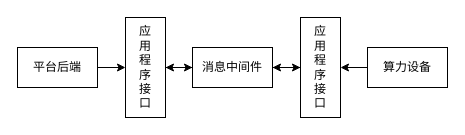
This is page "第 1 页" (1 of 3) of middleware.drawio from foreignbill/drawio, a draw.io file, before an edit. Source tidied: cells renumbered, new cells numbered last; positions are measured from the earlier drawing's top-left corner, leaving out a move shared by most shapes. Both pictures are drawn from the tidied source at 100%, with x=0, y=0 at pixel (17, 17).
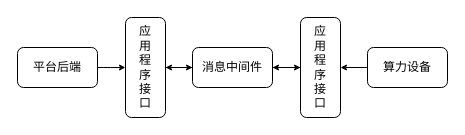
Above is the later version.

Diff of the diagram source:
```diff
@@
 <mxGraphModel>
   <root>
     <mxCell id="0" />
     <mxCell id="1" parent="0" />
-    <mxCell id="2" style="edgeStyle=orthogonalEdgeStyle;rounded=0;jettySize=auto;html=1;exitX=1;exitY=0.5;exitDx=0;exitDy=0;entryX=0.5;entryY=1;entryDx=0;entryDy=0;" parent="1" edge="1" source="3" target="5">
+    <mxCell id="2" style="edgeStyle=orthogonalEdgeStyle;curved=1;rounded=0;jettySize=auto;html=1;exitX=1;exitY=0.5;exitDx=0;exitDy=0;entryX=0.5;entryY=1;entryDx=0;entryDy=0;strokeWidth=1;endSize=4;startSize=4;" parent="1" edge="1" source="3" target="5">
       <mxGeometry relative="1" as="geometry" />
     </mxCell>
-    <mxCell id="3" value="平台后端" style="rounded=0;whiteSpace=wrap;html=1;" parent="1" vertex="1">
+    <mxCell id="3" value="&lt;font face=&quot;Fangsong&quot;&gt;平台后端&lt;/font&gt;" style="rounded=1;whiteSpace=wrap;html=1;fillStyle=cross-hatch;" parent="1" vertex="1">
       <mxGeometry y="30" width="80" height="40" as="geometry" />
     </mxCell>
-    <mxCell id="4" style="edgeStyle=orthogonalEdgeStyle;rounded=0;jettySize=auto;html=1;exitX=0.5;exitY=0;exitDx=0;exitDy=0;entryX=0;entryY=0.5;entryDx=0;entryDy=0;" parent="1" edge="1" source="5" target="10">
+    <mxCell id="4" style="edgeStyle=orthogonalEdgeStyle;curved=1;rounded=0;jettySize=auto;html=1;exitX=0.5;exitY=0;exitDx=0;exitDy=0;entryX=0;entryY=0.5;entryDx=0;entryDy=0;strokeWidth=1;startSize=4;endSize=4;" parent="1" edge="1" source="5" target="10">
       <mxGeometry relative="1" as="geometry" />
     </mxCell>
-    <mxCell id="5" value="应&lt;br&gt;用&lt;br&gt;程&lt;br&gt;序&lt;br&gt;接&lt;br&gt;口" style="rounded=0;whiteSpace=wrap;html=1;direction=south;align=center;" parent="1" vertex="1">
+    <mxCell id="5" value="应&lt;br&gt;用&lt;br&gt;程&lt;br&gt;序&lt;br&gt;接&lt;br&gt;口" style="rounded=1;whiteSpace=wrap;html=1;direction=south;align=center;" parent="1" vertex="1">
       <mxGeometry x="108" width="40" height="100" as="geometry" />
     </mxCell>
-    <mxCell id="6" style="edgeStyle=orthogonalEdgeStyle;rounded=0;jettySize=auto;html=1;exitX=0.5;exitY=1;exitDx=0;exitDy=0;entryX=1;entryY=0.5;entryDx=0;entryDy=0;" parent="1" edge="1" source="7" target="10">
+    <mxCell id="6" style="edgeStyle=orthogonalEdgeStyle;curved=1;rounded=0;jettySize=auto;html=1;exitX=0.5;exitY=1;exitDx=0;exitDy=0;entryX=1;entryY=0.5;entryDx=0;entryDy=0;strokeWidth=1;startSize=4;endSize=4;" parent="1" edge="1" source="7" target="10">
       <mxGeometry relative="1" as="geometry" />
     </mxCell>
-    <mxCell id="7" value="应&lt;br&gt;用&lt;br&gt;程&lt;br&gt;序&lt;br&gt;接&lt;br&gt;口" style="rounded=0;whiteSpace=wrap;html=1;direction=south;" parent="1" vertex="1">
+    <mxCell id="7" value="应&lt;br&gt;用&lt;br&gt;程&lt;br&gt;序&lt;br&gt;接&lt;br&gt;口" style="rounded=1;whiteSpace=wrap;html=1;direction=south;" parent="1" vertex="1">
       <mxGeometry x="283" width="40" height="100" as="geometry" />
     </mxCell>
-    <mxCell id="8" style="edgeStyle=orthogonalEdgeStyle;rounded=0;jettySize=auto;html=1;exitX=0;exitY=0.5;exitDx=0;exitDy=0;entryX=0.5;entryY=0;entryDx=0;entryDy=0;" parent="1" edge="1" source="10" target="5">
+    <mxCell id="8" style="edgeStyle=orthogonalEdgeStyle;curved=1;rounded=0;jettySize=auto;html=1;exitX=0;exitY=0.5;exitDx=0;exitDy=0;entryX=0.5;entryY=0;entryDx=0;entryDy=0;strokeWidth=1;startSize=4;endSize=4;" parent="1" edge="1" source="10" target="5">
       <mxGeometry relative="1" as="geometry" />
     </mxCell>
-    <mxCell id="9" style="edgeStyle=orthogonalEdgeStyle;rounded=0;jettySize=auto;html=1;exitX=1;exitY=0.5;exitDx=0;exitDy=0;entryX=0.5;entryY=1;entryDx=0;entryDy=0;" parent="1" edge="1" source="10" target="7">
+    <mxCell id="9" style="edgeStyle=orthogonalEdgeStyle;curved=1;rounded=0;jettySize=auto;html=1;exitX=1;exitY=0.5;exitDx=0;exitDy=0;entryX=0.5;entryY=1;entryDx=0;entryDy=0;strokeWidth=1;startSize=4;endSize=4;" parent="1" edge="1" source="10" target="7">
       <mxGeometry relative="1" as="geometry" />
     </mxCell>
-    <mxCell id="10" value="消息中间件" style="rounded=0;whiteSpace=wrap;html=1;" parent="1" vertex="1">
+    <mxCell id="10" value="消息中间件" style="rounded=1;whiteSpace=wrap;html=1;" parent="1" vertex="1">
       <mxGeometry x="175" y="30" width="80" height="40" as="geometry" />
     </mxCell>
-    <mxCell id="11" style="edgeStyle=orthogonalEdgeStyle;rounded=0;jettySize=auto;html=1;exitX=0;exitY=0.5;exitDx=0;exitDy=0;entryX=0.5;entryY=0;entryDx=0;entryDy=0;" parent="1" edge="1" source="12" target="7">
+    <mxCell id="11" style="edgeStyle=orthogonalEdgeStyle;curved=1;rounded=0;jettySize=auto;html=1;exitX=0;exitY=0.5;exitDx=0;exitDy=0;entryX=0.5;entryY=0;entryDx=0;entryDy=0;strokeWidth=1;startSize=4;endSize=4;" parent="1" edge="1" source="12" target="7">
       <mxGeometry relative="1" as="geometry" />
     </mxCell>
-    <mxCell id="12" value="算力设备" style="rounded=0;whiteSpace=wrap;html=1;" parent="1" vertex="1">
+    <mxCell id="12" value="算力设备" style="rounded=1;whiteSpace=wrap;html=1;" parent="1" vertex="1">
       <mxGeometry x="350" y="30" width="80" height="40" as="geometry" />
     </mxCell>
   </root>
 </mxGraphModel>
```
